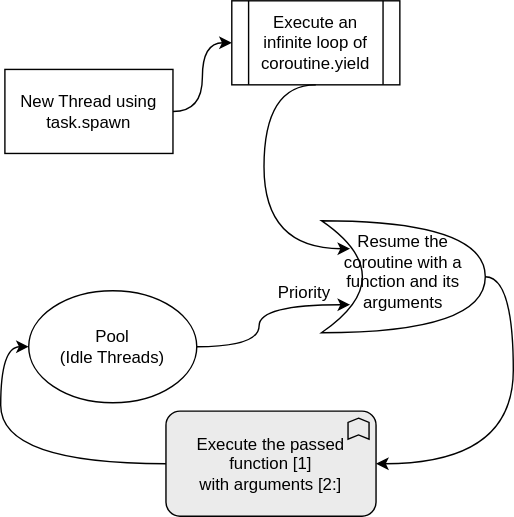
Earlier version of the draw.io export Threads/Concept.svg (BhaskarPanja93/BhariyaRoblox). Source tidied: cells renumbered, new cells last; positions are measured from the earlier drawing's top-left corner, leaving out a move shared by most shapes.
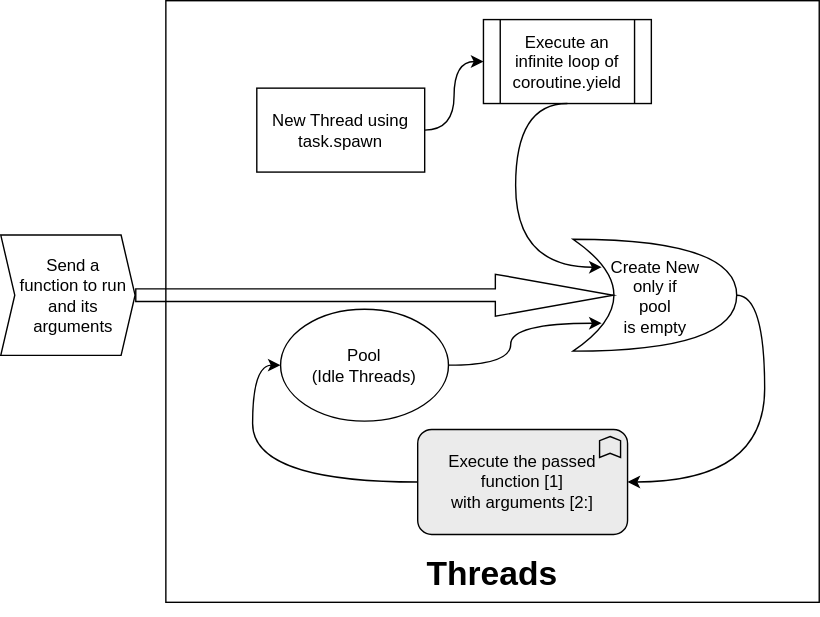
After the commit.

Change to the diagram source:
```diff
@@ -2,13 +2,16 @@
   <root>
     <mxCell id="0" />
     <mxCell id="1" parent="0" />
+    <mxCell id="13" style="rounded=0;whiteSpace=wrap;html=1;" parent="1" vertex="1">
+      <mxGeometry x="-65" y="-13.5" width="467" height="430" as="geometry" />
+    </mxCell>
     <mxCell id="2" style="edgeStyle=orthogonalEdgeStyle;rounded=0;jettySize=auto;html=1;entryX=0;entryY=0.5;entryDx=0;entryDy=0;curved=1;" parent="1" edge="1" source="3" target="8">
       <mxGeometry relative="1" as="geometry" />
     </mxCell>
     <mxCell id="3" value="New Thread using&lt;br&gt;task.spawn" style="rounded=0;whiteSpace=wrap;html=1;" parent="1" vertex="1">
       <mxGeometry y="49" width="120" height="60" as="geometry" />
     </mxCell>
-    <mxCell id="4" value="&lt;p style=&quot;&quot;&gt;&lt;span style=&quot;background-color: initial;&quot;&gt;Resume the coroutine with a function and its arguments&lt;/span&gt;&lt;/p&gt;&lt;h5 style=&quot;&quot;&gt;&lt;/h5&gt;&lt;h6 style=&quot;&quot;&gt;&lt;/h6&gt;&lt;pre style=&quot;&quot;&gt;&lt;/pre&gt;&lt;div style=&quot;&quot;&gt;&lt;/div&gt;" style="shape=xor;whiteSpace=wrap;html=1;align=center;fillStyle=auto;" parent="1" vertex="1">
+    <mxCell id="4" value="&lt;br&gt;&lt;p style=&quot;&quot;&gt;&lt;/p&gt;&lt;h5 style=&quot;&quot;&gt;&lt;/h5&gt;&lt;h6 style=&quot;&quot;&gt;&lt;/h6&gt;&lt;pre style=&quot;&quot;&gt;&lt;/pre&gt;&lt;div style=&quot;&quot;&gt;&lt;/div&gt;" style="shape=xor;whiteSpace=wrap;html=1;align=center;fillStyle=auto;" parent="1" vertex="1">
       <mxGeometry x="226" y="157" width="117" height="80" as="geometry" />
     </mxCell>
     <mxCell id="5" style="edgeStyle=orthogonalEdgeStyle;rounded=0;jettySize=auto;html=1;exitX=0;exitY=0.5;exitDx=0;exitDy=0;exitPerimeter=0;entryX=0;entryY=0.5;entryDx=0;entryDy=0;curved=1;" parent="1" edge="1" source="6" target="9">
@@ -29,9 +32,6 @@
     <mxCell id="10" style="edgeStyle=orthogonalEdgeStyle;rounded=0;jettySize=auto;html=1;exitX=1;exitY=0.5;exitDx=0;exitDy=0;entryX=0.175;entryY=0.75;entryDx=0;entryDy=0;entryPerimeter=0;curved=1;" parent="1" edge="1" source="9" target="4">
       <mxGeometry relative="1" as="geometry" />
     </mxCell>
-    <mxCell id="11" value="Priority" style="text;html=1;strokeColor=none;fillColor=none;align=center;verticalAlign=middle;whiteSpace=wrap;rounded=0;" parent="1" vertex="1">
-      <mxGeometry x="184" y="194" width="60" height="30" as="geometry" />
-    </mxCell>
     <mxCell id="12" style="edgeStyle=orthogonalEdgeStyle;rounded=0;jettySize=auto;html=1;exitX=0.5;exitY=1;exitDx=0;exitDy=0;entryX=0.175;entryY=0.25;entryDx=0;entryDy=0;entryPerimeter=0;curved=1;" parent="1" edge="1" source="8" target="4">
       <mxGeometry relative="1" as="geometry">
         <Array as="points">
@@ -40,5 +40,20 @@
         </Array>
       </mxGeometry>
     </mxCell>
+    <mxCell id="14" value="&#10;&lt;span style=&quot;color: rgb(0, 0, 0); font-family: Helvetica; font-size: 12px; font-style: normal; font-variant-ligatures: normal; font-variant-caps: normal; font-weight: 400; letter-spacing: normal; orphans: 2; text-align: center; text-indent: 0px; text-transform: none; widows: 2; word-spacing: 0px; -webkit-text-stroke-width: 0px; background-color: rgb(255, 255, 255); text-decoration-thickness: initial; text-decoration-style: initial; text-decoration-color: initial; float: none; display: inline !important;&quot;&gt;Create New&lt;/span&gt;&lt;br style=&quot;border-color: rgb(218, 220, 224); color: rgb(0, 0, 0); font-family: Helvetica; font-size: 12px; font-style: normal; font-variant-ligatures: normal; font-variant-caps: normal; font-weight: 400; letter-spacing: normal; orphans: 2; text-align: center; text-indent: 0px; text-transform: none; widows: 2; word-spacing: 0px; -webkit-text-stroke-width: 0px; background-color: rgb(255, 255, 255); text-decoration-thickness: initial; text-decoration-style: initial; text-decoration-color: initial;&quot;&gt;&lt;span style=&quot;color: rgb(0, 0, 0); font-family: Helvetica; font-size: 12px; font-style: normal; font-variant-ligatures: normal; font-variant-caps: normal; font-weight: 400; letter-spacing: normal; orphans: 2; text-align: center; text-indent: 0px; text-transform: none; widows: 2; word-spacing: 0px; -webkit-text-stroke-width: 0px; background-color: rgb(255, 255, 255); text-decoration-thickness: initial; text-decoration-style: initial; text-decoration-color: initial; float: none; display: inline !important;&quot;&gt;only if&lt;/span&gt;&lt;br style=&quot;border-color: rgb(218, 220, 224); color: rgb(0, 0, 0); font-family: Helvetica; font-size: 12px; font-style: normal; font-variant-ligatures: normal; font-variant-caps: normal; font-weight: 400; letter-spacing: normal; orphans: 2; text-align: center; text-indent: 0px; text-transform: none; widows: 2; word-spacing: 0px; -webkit-text-stroke-width: 0px; background-color: rgb(255, 255, 255); text-decoration-thickness: initial; text-decoration-style: initial; text-decoration-color: initial;&quot;&gt;&lt;span style=&quot;color: rgb(0, 0, 0); font-family: Helvetica; font-size: 12px; font-style: normal; font-variant-ligatures: normal; font-variant-caps: normal; font-weight: 400; letter-spacing: normal; orphans: 2; text-align: center; text-indent: 0px; text-transform: none; widows: 2; word-spacing: 0px; -webkit-text-stroke-width: 0px; background-color: rgb(255, 255, 255); text-decoration-thickness: initial; text-decoration-style: initial; text-decoration-color: initial; float: none; display: inline !important;&quot;&gt;pool&lt;/span&gt;&lt;br style=&quot;border-color: rgb(218, 220, 224); color: rgb(0, 0, 0); font-family: Helvetica; font-size: 12px; font-style: normal; font-variant-ligatures: normal; font-variant-caps: normal; font-weight: 400; letter-spacing: normal; orphans: 2; text-align: center; text-indent: 0px; text-transform: none; widows: 2; word-spacing: 0px; -webkit-text-stroke-width: 0px; background-color: rgb(255, 255, 255); text-decoration-thickness: initial; text-decoration-style: initial; text-decoration-color: initial;&quot;&gt;&lt;span style=&quot;color: rgb(0, 0, 0); font-family: Helvetica; font-size: 12px; font-style: normal; font-variant-ligatures: normal; font-variant-caps: normal; font-weight: 400; letter-spacing: normal; orphans: 2; text-align: center; text-indent: 0px; text-transform: none; widows: 2; word-spacing: 0px; -webkit-text-stroke-width: 0px; background-color: rgb(255, 255, 255); text-decoration-thickness: initial; text-decoration-style: initial; text-decoration-color: initial; float: none; display: inline !important;&quot;&gt;is empty&lt;/span&gt;&#10;&#10;" style="text;html=1;strokeColor=none;fillColor=none;align=center;verticalAlign=middle;whiteSpace=wrap;rounded=0;" parent="1" vertex="1">
+      <mxGeometry x="235.5" y="160.5" width="98" height="89" as="geometry" />
+    </mxCell>
+    <mxCell id="15" style="edgeStyle=orthogonalEdgeStyle;rounded=0;jettySize=auto;html=1;entryX=0.25;entryY=0.5;entryDx=0;entryDy=0;entryPerimeter=0;shape=flexArrow;fillColor=none;width=9;endSize=27.75;" parent="1" edge="1" source="16" target="4">
+      <mxGeometry relative="1" as="geometry" />
+    </mxCell>
+    <mxCell id="16" style="html=1;shadow=0;dashed=0;align=center;verticalAlign=middle;shape=mxgraph.arrows2.arrow;dy=0;dx=10;notch=10;" parent="1" vertex="1">
+      <mxGeometry x="-183" y="154" width="96" height="86" as="geometry" />
+    </mxCell>
+    <mxCell id="17" value="&lt;h1&gt;Threads&lt;/h1&gt;" style="text;html=1;strokeColor=none;fillColor=none;align=center;verticalAlign=middle;whiteSpace=wrap;rounded=0;" parent="1" vertex="1">
+      <mxGeometry x="118.2" y="381.5" width="100.5" height="30" as="geometry" />
+    </mxCell>
+    <mxCell id="18" value="Send a function to run and its arguments" style="text;html=1;strokeColor=none;fillColor=none;align=center;verticalAlign=middle;whiteSpace=wrap;rounded=0;" parent="1" vertex="1">
+      <mxGeometry x="-173" y="182" width="84" height="30" as="geometry" />
+    </mxCell>
   </root>
 </mxGraphModel>
```
